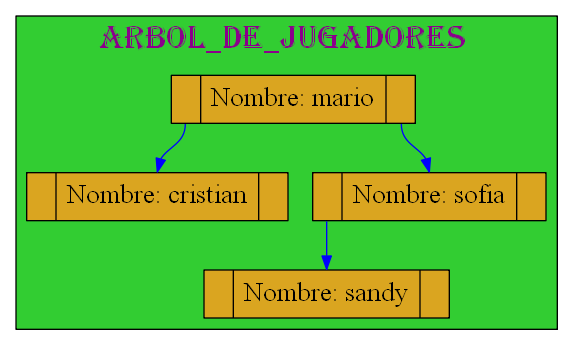
mariotun/EDD_1S2020_PY1_201602942 keeps this Graphviz diagram as Graficas/Arbol_Jugadores.dot.png. Above is the earlier version. Its source is kept beside it as Graficas/Arbol_Jugadores.dot.
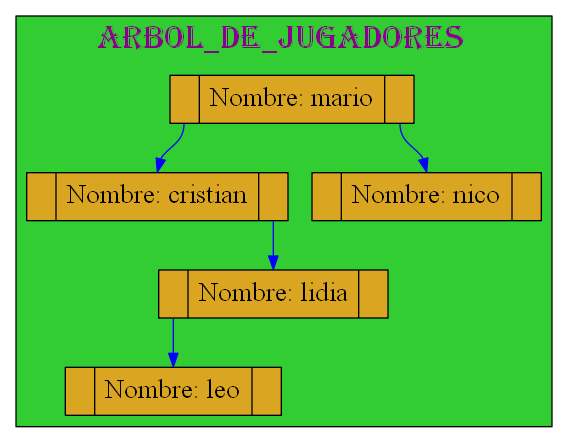
The same file after the commit.

Diff of the diagram source:
```diff
@@ -11,15 +11,19 @@
 node[shape=record,height=0.5 style=filled fontcolor=black fillcolor=goldenrod fontsize=20 ];
 
 
-25770475776[label="<f0> |<f1>Nombre: mario |<f2> " ];
-25770475984[label="<f0> |<f1>Nombre: cristian |<f2>" ]
-25770476384[label="<f0> |<f1>Nombre: sofia |<f2>" ]
-25770476192[label="<f0> |<f1>Nombre: sandy |<f2>" ]
-25770476192[label="<f0> |<f1>Nombre: sandy |<f2>" ]
+25770483616[label="<f0> |<f1>Nombre: mario |<f2> " ];
+25770483472[label="<f0> |<f1>Nombre: cristian |<f2>" ]
+25770484528[label="<f0> |<f1>Nombre: lidia |<f2>" ]
+25770484528[label="<f0> |<f1>Nombre: lidia |<f2>" ]
+25770483872[label="<f0> |<f1>Nombre: leo |<f2>" ]
+25770483872[label="<f0> |<f1>Nombre: leo |<f2>" ]
+25770483872[label="<f0> |<f1>Nombre: leo |<f2>" ]
+25770500480[label="<f0> |<f1>Nombre: nico |<f2>" ]
 
-25770475776:f0->25770475984:f1 [color=blue]
-25770475776:f2->25770476384:f1 [color=blue ]
-25770476384:f0->25770476192:f1 [color=blue]
+25770483616:f0->25770483472:f1 [color=blue]
+25770483472:f2->25770484528:f1 [color=blue ]
+25770484528:f0->25770483872:f1 [color=blue]
+25770483616:f2->25770500480:f1 [color=blue ]
 
  }
 
```
